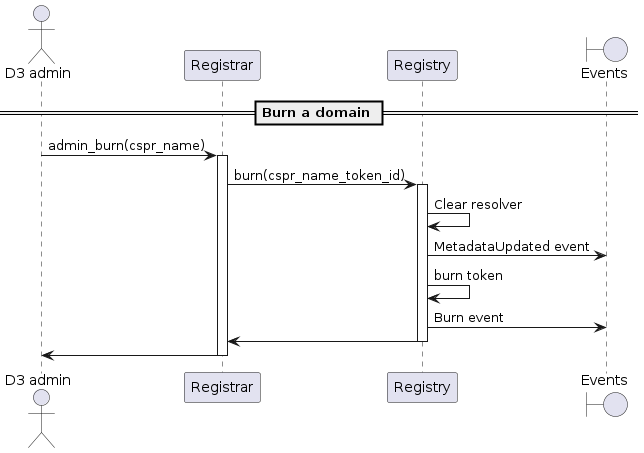
Before: docs/sequence-diagrams/puml/burn-domain.png, a diagram exported from PlantUML (make-software/cspr-name-contracts). The source it was exported from:
```plantuml
@startuml

actor "D3 admin"
participant "Registrar"
participant "Registry"
boundary "Events"

== Burn a domain ==

"D3 admin" -> "Registrar": admin_burn(cspr_name)
activate Registrar
Registrar -> Registry: burn(cspr_name_token_id)
activate Registry
Registry -> Registry: Clear resolver
Registry -> "Events": MetadataUpdated event
Registry -> Registry: burn token
Registry -> "Events": Burn event
Registry -> Registrar
deactivate Registry
Registrar -> "D3 admin"
deactivate Registrar

@enduml
```
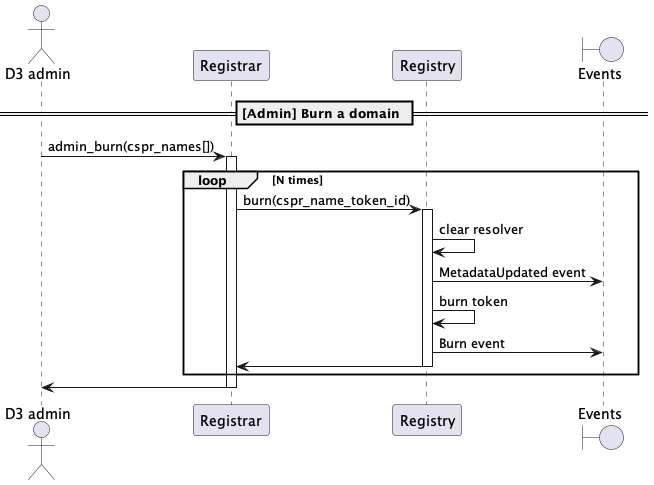
After the change.

Change to the diagram source:
```diff
@@ -5,18 +5,20 @@
 participant "Registry"
 boundary "Events"
 
-== Burn a domain ==
+== [Admin] Burn a domain ==
 
-"D3 admin" -> "Registrar": admin_burn(cspr_name)
+"D3 admin" -> "Registrar": admin_burn(cspr_names[])
 activate Registrar
-Registrar -> Registry: burn(cspr_name_token_id)
-activate Registry
-Registry -> Registry: Clear resolver
-Registry -> "Events": MetadataUpdated event
-Registry -> Registry: burn token
-Registry -> "Events": Burn event
-Registry -> Registrar
-deactivate Registry
+loop N times
+    Registrar -> Registry: burn(cspr_name_token_id)
+    activate Registry
+    Registry -> Registry: clear resolver
+    Registry -> "Events": MetadataUpdated event
+    Registry -> Registry: burn token
+    Registry -> "Events": Burn event
+    Registry -> Registrar
+    deactivate Registry
+end
 Registrar -> "D3 admin"
 deactivate Registrar
 
```
